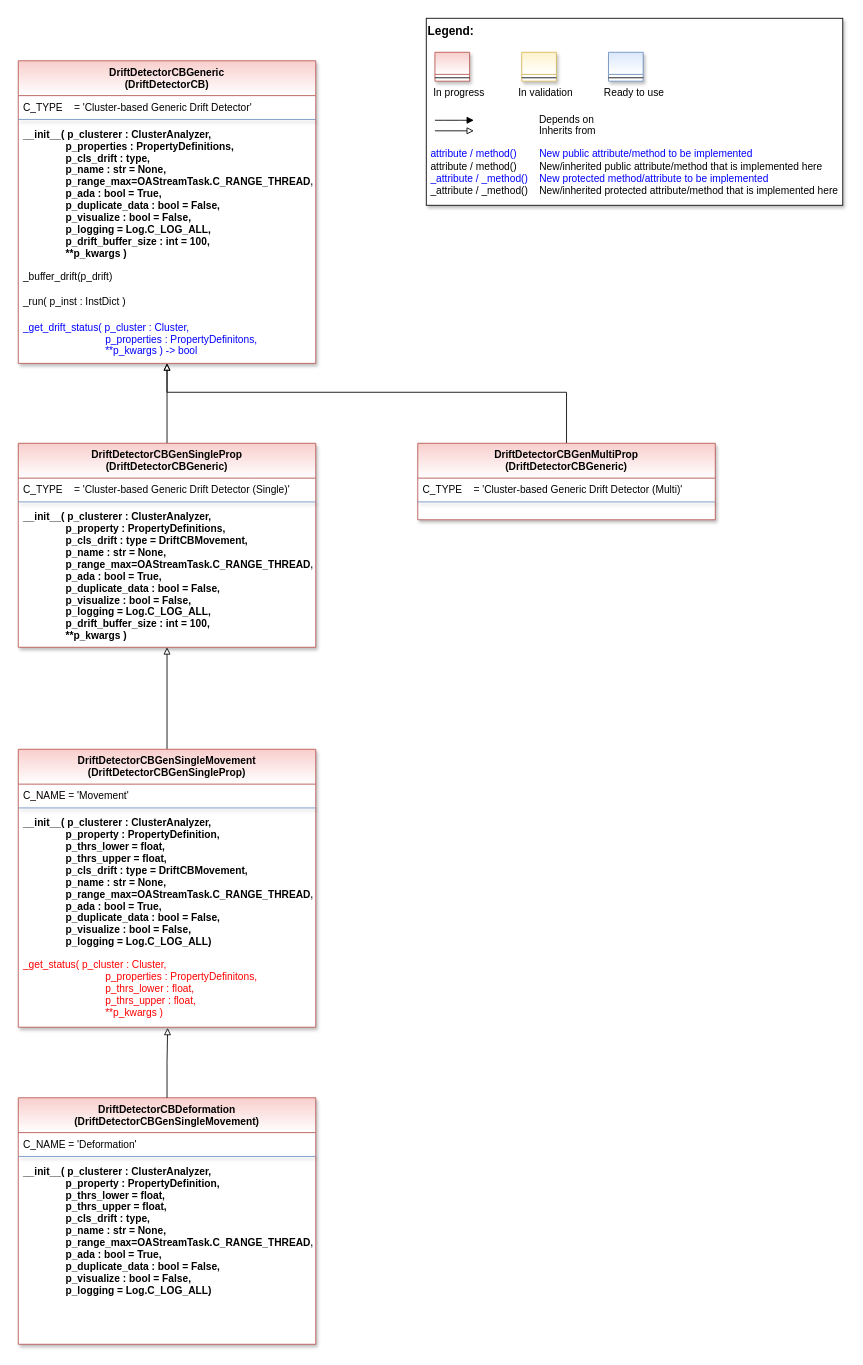
Earlier version of the draw.io diagram doc/rtd/content/99_appendices/appendix2/sub/mlpro_oa/streams/30_change_detection/20_drift_detection/20_cluster_based/generic/images/MLPro-OA-CB-Gen-Drift-Detectors_class_diagram.drawio (fhswf/MLPro). Source tidied: cells renumbered, new cells numbered last; positions are measured from the earlier drawing's top-left corner, leaving out a move shared by most shapes. Both pictures are drawn from the tidied source at 85%, with x=0, y=0 at pixel (18, 18).
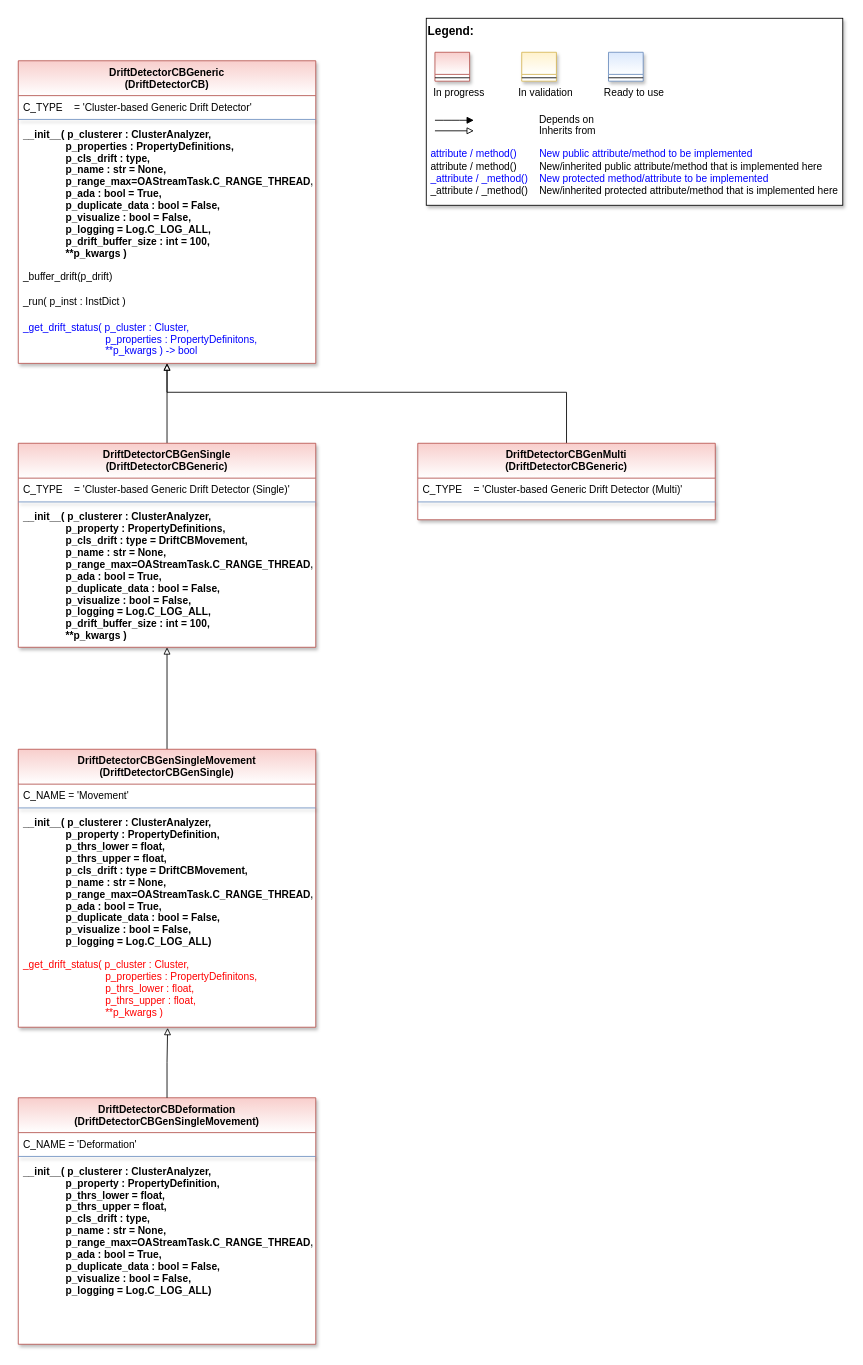
Above is the later version.

What changed in the source:
```diff
@@
-    <mxCell id="20" value="DriftDetectorCBGenSingleProp&#10;(DriftDetectorCBGeneric)" style="swimlane;align=center;verticalAlign=top;horizontal=1;startSize=41;rounded=0;shadow=1;strokeWidth=1;fillColor=#f8cecc;strokeColor=#b85450;swimlaneFillColor=#ffffff;gradientColor=#FFFFFF;" parent="1" vertex="1">
+    <mxCell id="20" value="DriftDetectorCBGenSingle&#10;(DriftDetectorCBGeneric)" style="swimlane;align=center;verticalAlign=top;horizontal=1;startSize=41;rounded=0;shadow=1;strokeWidth=1;fillColor=#f8cecc;strokeColor=#b85450;swimlaneFillColor=#ffffff;gradientColor=#FFFFFF;" parent="1" vertex="1">
       <mxGeometry y="500" width="350" height="240" as="geometry" />
     </mxCell>
@@
-    <mxCell id="25" value="DriftDetectorCBGenMultiProp&#10;(DriftDetectorCBGeneric)" style="swimlane;align=center;verticalAlign=top;horizontal=1;startSize=41;rounded=0;shadow=1;strokeWidth=1;fillColor=#f8cecc;strokeColor=#b85450;swimlaneFillColor=#ffffff;gradientColor=#FFFFFF;" parent="1" vertex="1">
+    <mxCell id="25" value="DriftDetectorCBGenMulti&#10;(DriftDetectorCBGeneric)" style="swimlane;align=center;verticalAlign=top;horizontal=1;startSize=41;rounded=0;shadow=1;strokeWidth=1;fillColor=#f8cecc;strokeColor=#b85450;swimlaneFillColor=#ffffff;gradientColor=#FFFFFF;" parent="1" vertex="1">
       <mxGeometry x="470" y="500" width="350" height="90" as="geometry" />
     </mxCell>
@@
-    <mxCell id="29" value="DriftDetectorCBGenSingleMovement&#10;(DriftDetectorCBGenSingleProp)" style="swimlane;align=center;verticalAlign=top;horizontal=1;startSize=41;rounded=0;shadow=1;strokeWidth=1;fillColor=#f8cecc;strokeColor=#b85450;swimlaneFillColor=#ffffff;gradientColor=#FFFFFF;" parent="1" vertex="1">
+    <mxCell id="29" value="DriftDetectorCBGenSingleMovement&#10;(DriftDetectorCBGenSingle)" style="swimlane;align=center;verticalAlign=top;horizontal=1;startSize=41;rounded=0;shadow=1;strokeWidth=1;fillColor=#f8cecc;strokeColor=#b85450;swimlaneFillColor=#ffffff;gradientColor=#FFFFFF;" parent="1" vertex="1">
       <mxGeometry y="860" width="350" height="327" as="geometry" />
     </mxCell>
@@
-    <mxCell id="33" value="_get_status( p_cluster : Cluster,&#10;                             p_properties : PropertyDefinitons,&#10;                             p_thrs_lower : float,&#10;                             p_thrs_upper : float,&#10;                             **p_kwargs )" style="text;align=left;verticalAlign=top;spacingLeft=4;spacingRight=4;overflow=hidden;points=[[0,0.5],[1,0.5]];portConstraint=eastwest;shadow=1;fontColor=#FF0000;" parent="29" vertex="1">
+    <mxCell id="33" value="_get_drift_status( p_cluster : Cluster,&#10;                             p_properties : PropertyDefinitons,&#10;                             p_thrs_lower : float,&#10;                             p_thrs_upper : float,&#10;                             **p_kwargs )" style="text;align=left;verticalAlign=top;spacingLeft=4;spacingRight=4;overflow=hidden;points=[[0,0.5],[1,0.5]];portConstraint=eastwest;shadow=1;fontColor=#FF0000;" parent="29" vertex="1">
       <mxGeometry y="240" width="350" height="87" as="geometry" />
     </mxCell>
```
